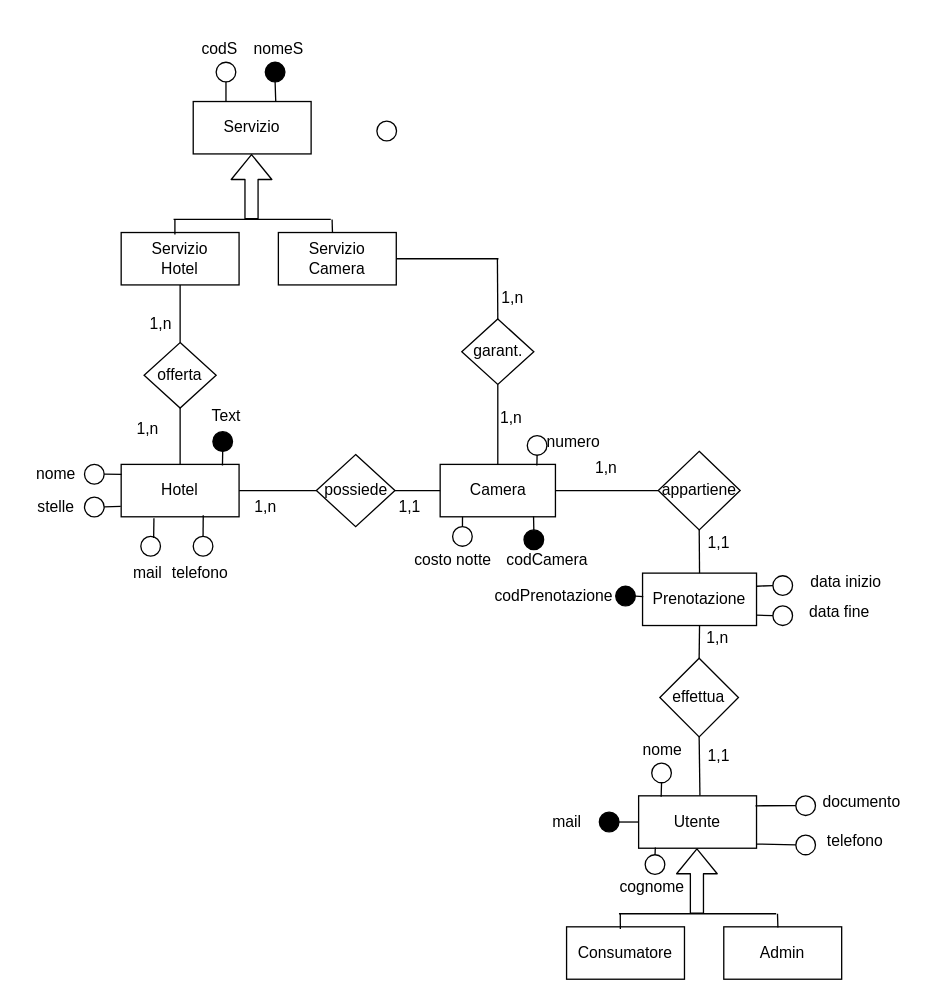
chelliniDuccio/Elaborato2021 keeps this draw.io diagram as file extra/relazioni.drawio. Above is the earlier version. Source tidied: cells renumbered, new cells numbered last; positions are measured from the earlier drawing's top-left corner, leaving out a move shared by most shapes. Both pictures are drawn from the tidied source at 131%, with x=0, y=0 at pixel (22, 22).
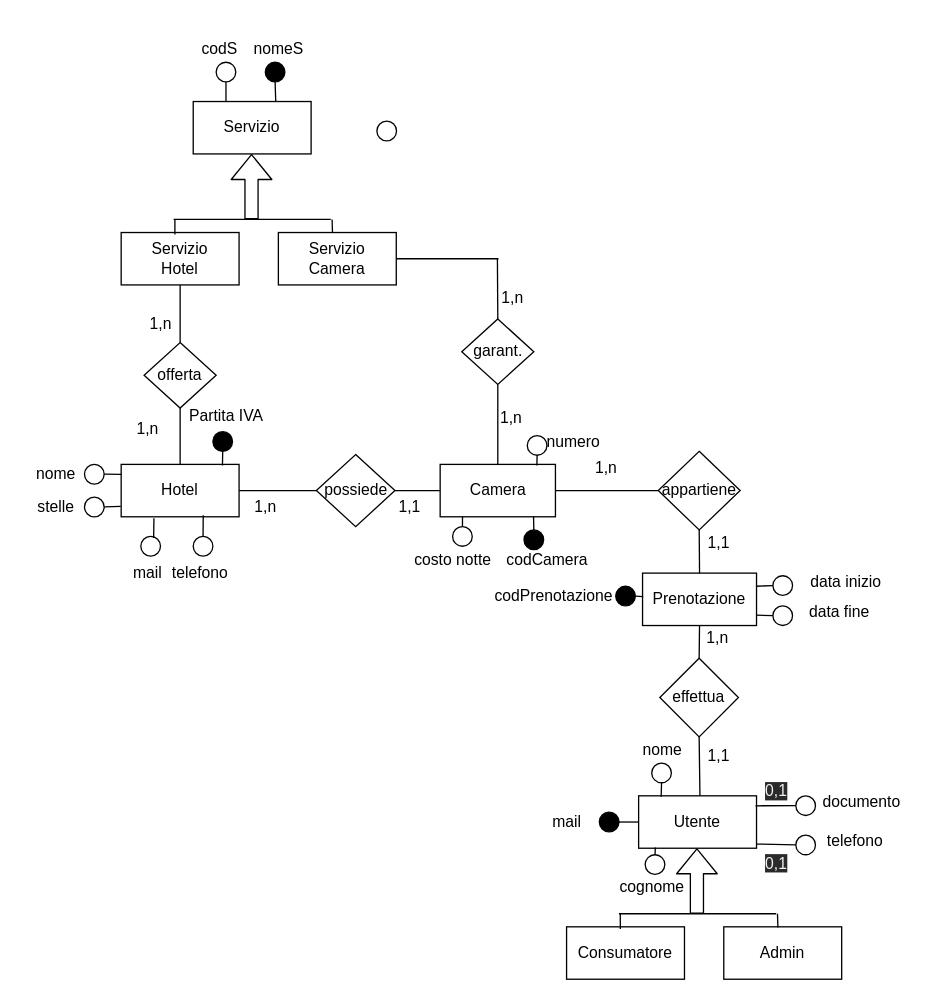
The same page after the edit.

The edit, as a diff of the source:
```diff
@@
-    <mxCell id="79" value="Text" style="text;html=1;align=center;verticalAlign=middle;" parent="1" vertex="1">
-      <mxGeometry x="135" y="290" width="40" height="20" as="geometry" />
+    <mxCell id="79" value="Partita IVA" style="text;html=1;align=center;verticalAlign=middle;" parent="1" vertex="1">
+      <mxGeometry x="120" y="290" width="70" height="20" as="geometry" />
     </mxCell>
@@
+    <mxCell id="113" value="&lt;span style=&quot;color: rgb(240, 240, 240); font-family: helvetica; font-size: 12px; font-style: normal; font-weight: 400; letter-spacing: normal; text-align: center; text-indent: 0px; text-transform: none; word-spacing: 0px; background-color: rgb(42, 42, 42); display: inline; float: none;&quot;&gt;0,1&lt;/span&gt;" style="text;whiteSpace=wrap;html=1;" parent="1" vertex="1">
+      <mxGeometry x="565" y="572.5" width="40" height="30" as="geometry" />
+    </mxCell>
+    <mxCell id="114" value="&lt;span style=&quot;color: rgb(240, 240, 240); font-family: helvetica; font-size: 12px; font-style: normal; font-weight: 400; letter-spacing: normal; text-align: center; text-indent: 0px; text-transform: none; word-spacing: 0px; background-color: rgb(42, 42, 42); display: inline; float: none;&quot;&gt;0,1&lt;/span&gt;" style="text;whiteSpace=wrap;html=1;" parent="1" vertex="1">
+      <mxGeometry x="565" y="627.5" width="40" height="30" as="geometry" />
+    </mxCell>
```
